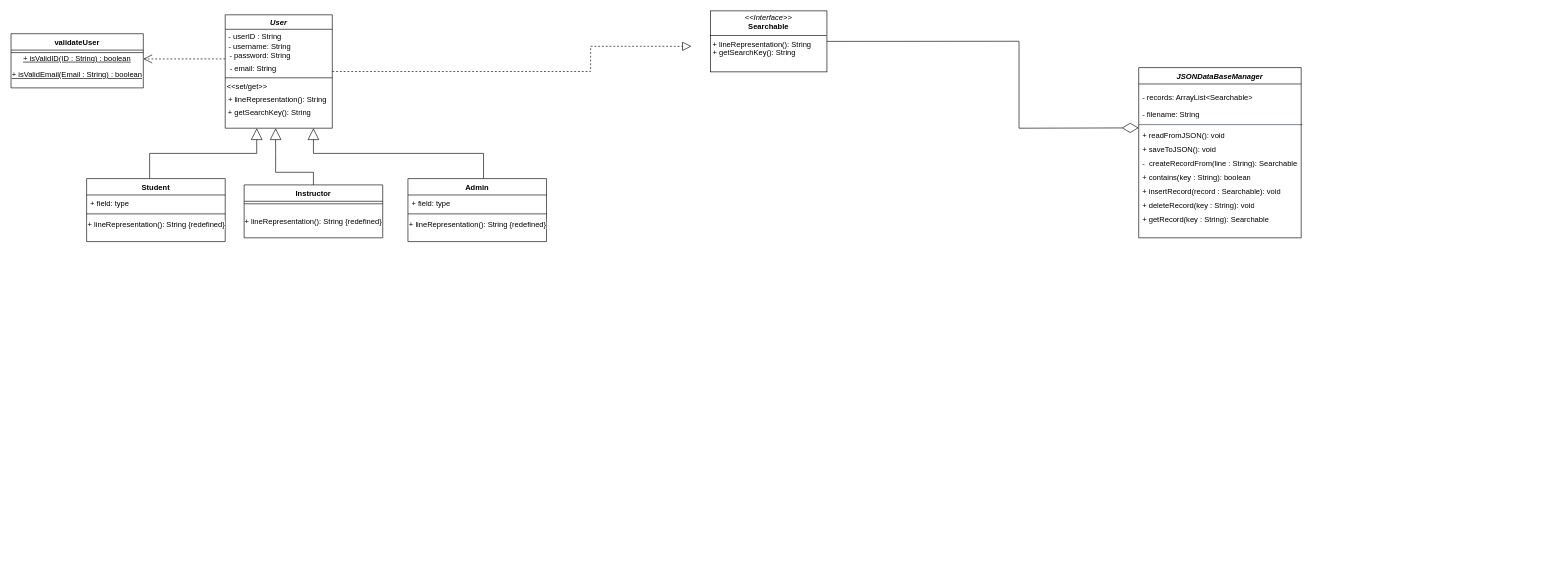
mohandLOL1/skillforge keeps this draw.io diagram as docs/uml/class-diagram.drawio. Above is the earlier version. Source tidied: cells renumbered, new cells numbered last; positions are measured from the earlier drawing's top-left corner, leaving out a move shared by most shapes. Both pictures are drawn from the tidied source at 63%, with x=0, y=0 at pixel (11, 11).
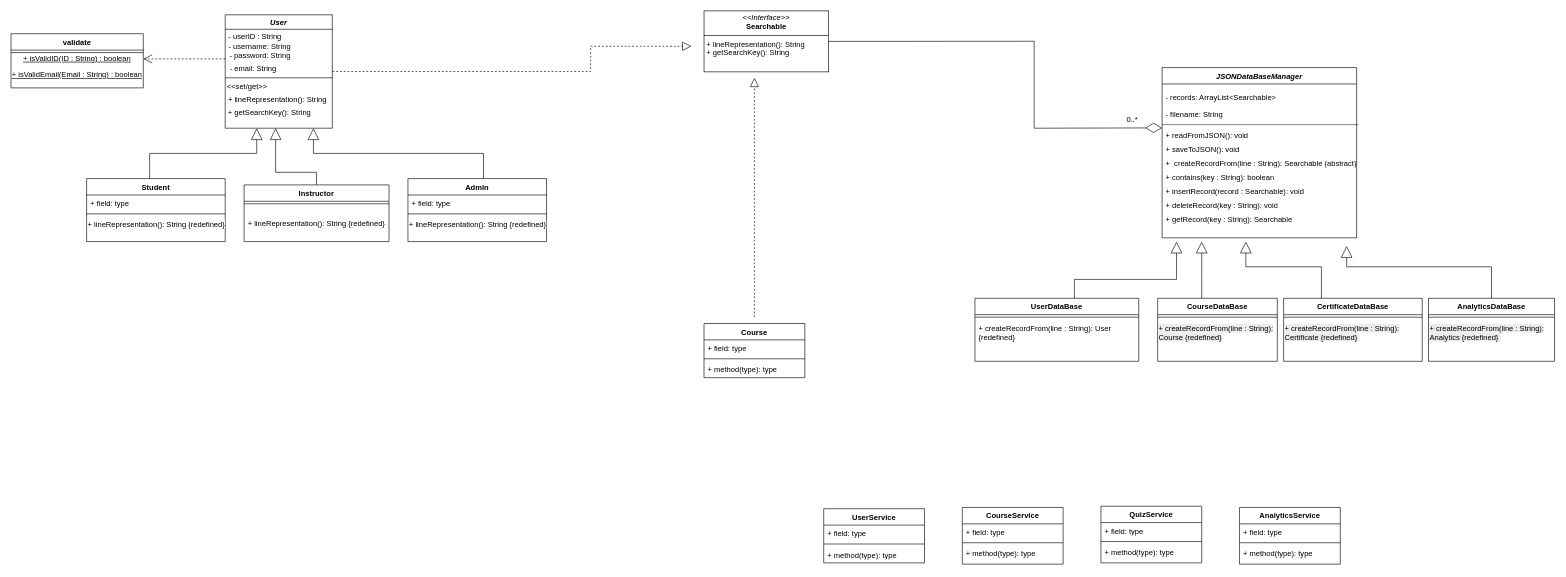
After the change.

Commit message:
added services/course classes in cd

Unchanged cells that the change refers to:
```xml
<mxCell id="2" style="group;" parent="1" vertex="1">
  <mxGeometry y="6" width="850" height="360" as="geometry" />
</mxCell>
```

Diff of the diagram source:
```diff
@@
     <mxCell id="17" value="Instructor" style="swimlane;fontStyle=1;align=center;verticalAlign=top;horizontal=1;startSize=26;whiteSpace=wrap;html=1;" parent="2" vertex="1">
-      <mxGeometry x="370" y="270" width="220" height="84" as="geometry" />
+      <mxGeometry x="370" y="270" width="230" height="90" as="geometry" />
     </mxCell>
     <mxCell id="18" style="line;strokeWidth=1;fillColor=none;align=left;verticalAlign=middle;spacingTop=-1;spacingLeft=3;spacingRight=3;labelPosition=right;strokeColor=inherit;" parent="17" vertex="1">
-      <mxGeometry y="26" width="220" height="8" as="geometry" />
+      <mxGeometry y="26" width="230" height="8" as="geometry" />
     </mxCell>
     <mxCell id="19" value="+ lineRepresentation(): String {redefined}" style="text;html=1;whiteSpace=wrap;strokeColor=none;fillColor=none;align=center;verticalAlign=middle;rounded=0;" parent="17" vertex="1">
-      <mxGeometry y="34" width="220" height="50" as="geometry" />
+      <mxGeometry y="34" width="230" height="56" as="geometry" />
     </mxCell>
@@
     <mxCell id="25" style="endArrow=block;endSize=16;endFill=0;html=1;rounded=0;exitX=0.5;exitY=0;exitDx=0;exitDy=0;" parent="2" edge="1" source="17">
       <mxGeometry relative="1" as="geometry">
         <mxPoint x="420" y="180" as="targetPoint" />
         <Array as="points">
-          <mxPoint x="480" y="250" />
+          <mxPoint x="485" y="250" />
           <mxPoint x="420" y="250" />
           <mxPoint x="420" y="220" />
         </Array>
       </mxGeometry>
     </mxCell>
@@
-    <mxCell id="28" value="validateUser" style="swimlane;fontStyle=1;align=center;verticalAlign=top;horizontal=1;startSize=26;whiteSpace=wrap;html=1;" parent="2" vertex="1">
+    <mxCell id="28" value="validate" style="swimlane;fontStyle=1;align=center;verticalAlign=top;horizontal=1;startSize=26;whiteSpace=wrap;html=1;" parent="2" vertex="1">
       <mxGeometry y="30" width="210" height="86" as="geometry" />
     </mxCell>
@@
     <mxCell id="33" style="group;" parent="1" vertex="1">
-      <mxGeometry x="1110" y="-0.2" width="960" height="372.4" as="geometry" />
+      <mxGeometry x="1100" y="-0.2" width="1080" height="372.4" as="geometry" />
     </mxCell>
     <mxCell id="34" value="&lt;p style=&quot;margin:0px;margin-top:4px;text-align:center;&quot;&gt;&lt;i&gt;&amp;lt;&amp;lt;Interface&amp;gt;&amp;gt;&lt;/i&gt;&lt;br&gt;&lt;b&gt;Searchable&lt;/b&gt;&lt;/p&gt;&lt;hr size=&quot;1&quot; style=&quot;border-style:solid;&quot;&gt;&lt;p style=&quot;margin:0px;margin-left:4px;&quot;&gt;&lt;/p&gt;&lt;p style=&quot;margin:0px;margin-left:4px;&quot;&gt;+ lineRepresentation(): String&lt;br&gt;+ getSearchKey(): String&lt;/p&gt;" style="verticalAlign=top;align=left;overflow=fill;html=1;whiteSpace=wrap;" parent="33" vertex="1">
-      <mxGeometry width="185.1" height="96.8" as="geometry" />
+      <mxGeometry width="197.9" height="96.8" as="geometry" />
     </mxCell>
     <mxCell id="35" style="group;" parent="33" vertex="1">
-      <mxGeometry x="680" y="90" width="267.9" height="282.4" as="geometry" />
+      <mxGeometry x="727.1" y="90" width="352.9" height="282.4" as="geometry" />
     </mxCell>
     <mxCell id="36" style="group;" parent="35" vertex="1">
-      <mxGeometry y="8.4" width="267.9" height="274" as="geometry" />
+      <mxGeometry y="8.4" width="352.9" height="274" as="geometry" />
     </mxCell>
     <mxCell id="37" value="- records: ArrayList&amp;lt;Searchable&amp;gt;" style="text;strokeColor=none;fillColor=none;align=left;verticalAlign=top;spacingLeft=4;spacingRight=4;overflow=hidden;whiteSpace=wrap;html=1;" parent="36" vertex="1">
-      <mxGeometry y="26" width="246.2" height="26.1" as="geometry" />
+      <mxGeometry y="26" width="294.8" height="26.1" as="geometry" />
     </mxCell>
     <mxCell id="38" value="- filename: String" style="text;strokeColor=none;fillColor=none;align=left;verticalAlign=top;spacingLeft=4;spacingRight=4;overflow=hidden;whiteSpace=wrap;html=1;" parent="36" vertex="1">
-      <mxGeometry y="52.1" width="246.2" height="26.1" as="geometry" />
+      <mxGeometry y="52.1" width="294.8" height="26.1" as="geometry" />
     </mxCell>
     <mxCell id="39" style="line;strokeWidth=1;fillColor=none;align=left;verticalAlign=middle;spacingTop=-1;spacingLeft=3;spacingRight=3;labelPosition=right;strokeColor=inherit;" parent="36" vertex="1">
-      <mxGeometry y="78.1" width="246.2" height="8" as="geometry" />
+      <mxGeometry y="78.1" width="294.8" height="8" as="geometry" />
     </mxCell>
     <mxCell id="40" value="+ readFromJSON(): void" style="text;strokeColor=none;fillColor=none;align=left;verticalAlign=top;spacingLeft=4;spacingRight=4;overflow=hidden;whiteSpace=wrap;html=1;" parent="36" vertex="1">
-      <mxGeometry y="86.1" width="246.2" height="22" as="geometry" />
+      <mxGeometry y="86.1" width="294.8" height="22" as="geometry" />
     </mxCell>
     <mxCell id="41" value="+ saveToJSON(): void" style="text;strokeColor=none;fillColor=none;align=left;verticalAlign=top;spacingLeft=4;spacingRight=4;overflow=hidden;whiteSpace=wrap;html=1;" parent="36" vertex="1">
-      <mxGeometry y="108.2" width="246.2" height="22" as="geometry" />
+      <mxGeometry y="108.2" width="294.8" height="22" as="geometry" />
     </mxCell>
-    <mxCell id="42" value="-&amp;nbsp; createRecordFrom(line : String): Searchable" style="text;strokeColor=none;fillColor=none;align=left;verticalAlign=top;spacingLeft=4;spacingRight=4;overflow=hidden;whiteSpace=wrap;html=1;" parent="36" vertex="1">
-      <mxGeometry y="130.2" width="267.9" height="22" as="geometry" />
+    <mxCell id="42" value="+&amp;nbsp; createRecordFrom(line : String): Searchable {abstract}" style="text;strokeColor=none;fillColor=none;align=left;verticalAlign=top;spacingLeft=4;spacingRight=4;overflow=hidden;whiteSpace=wrap;html=1;" parent="36" vertex="1">
+      <mxGeometry y="130.2" width="352.9" height="22" as="geometry" />
     </mxCell>
     <mxCell id="43" value="+ contains(key : String): boolean" style="text;strokeColor=none;fillColor=none;align=left;verticalAlign=top;spacingLeft=4;spacingRight=4;overflow=hidden;whiteSpace=wrap;html=1;" parent="36" vertex="1">
-      <mxGeometry y="152.3" width="246.2" height="22" as="geometry" />
+      <mxGeometry y="152.3" width="294.8" height="22" as="geometry" />
     </mxCell>
     <mxCell id="44" value="+ insertRecord(record : Searchable): void" style="text;strokeColor=none;fillColor=none;align=left;verticalAlign=top;spacingLeft=4;spacingRight=4;overflow=hidden;whiteSpace=wrap;html=1;" parent="36" vertex="1">
-      <mxGeometry y="174.3" width="246.2" height="22" as="geometry" />
+      <mxGeometry y="174.3" width="294.8" height="22" as="geometry" />
     </mxCell>
     <mxCell id="45" value="+ deleteRecord(key : String): void" style="text;strokeColor=none;fillColor=none;align=left;verticalAlign=top;spacingLeft=4;spacingRight=4;overflow=hidden;whiteSpace=wrap;html=1;" parent="36" vertex="1">
-      <mxGeometry y="196.4" width="246.2" height="22" as="geometry" />
+      <mxGeometry y="196.4" width="294.8" height="22" as="geometry" />
     </mxCell>
     <mxCell id="46" value="+ getRecord(key : String): Searchable" style="text;strokeColor=none;fillColor=none;align=left;verticalAlign=top;spacingLeft=4;spacingRight=4;overflow=hidden;points=[[0,0.5],[1,0.5]];portConstraint=eastwest;whiteSpace=wrap;html=1;" parent="36" vertex="1">
-      <mxGeometry y="218.4" width="246.2" height="55.6" as="geometry" />
+      <mxGeometry y="218.4" width="294.8" height="55.6" as="geometry" />
     </mxCell>
     <mxCell id="47" style="line;strokeWidth=1;fillColor=none;align=left;verticalAlign=middle;spacingTop=-1;spacingLeft=3;spacingRight=3;labelPosition=right;strokeColor=inherit;" parent="36" vertex="1">
-      <mxGeometry x="5.9" y="86.1" width="226.7" height="8" as="geometry" />
+      <mxGeometry x="7" y="86.1" width="271.4" height="8" as="geometry" />
     </mxCell>
     <mxCell id="48" style="line;strokeWidth=1;fillColor=#647687;align=left;verticalAlign=middle;spacingTop=-1;spacingLeft=3;spacingRight=3;labelPosition=right;strokeColor=#314354;fontColor=#ffffff;" parent="36" vertex="1">
-      <mxGeometry y="78.1" width="260" height="8" as="geometry" />
+      <mxGeometry y="78.1" width="311.3" height="8" as="geometry" />
     </mxCell>
     <mxCell id="49" value="&lt;i&gt;JSONDataBaseManager&lt;/i&gt;" style="swimlane;fontStyle=1;align=center;verticalAlign=top;horizontal=1;startSize=26;whiteSpace=wrap;html=1;" parent="35" vertex="1">
-      <mxGeometry width="257.9" height="270.2" as="geometry" />
+      <mxGeometry width="308.8" height="270.2" as="geometry" />
     </mxCell>
     <mxCell id="50" style="endArrow=diamondThin;endFill=0;endSize=24;html=1;rounded=0;exitX=1;exitY=0.5;exitDx=0;exitDy=0;" parent="33" edge="1" source="34">
       <mxGeometry relative="1" as="geometry">
-        <mxPoint x="680" y="185.7" as="targetPoint" />
+        <mxPoint x="727.1" y="185.7" as="targetPoint" />
         <Array as="points">
-          <mxPoint x="490" y="48.2" />
-          <mxPoint x="490" y="186.2" />
+          <mxPoint x="524" y="48.2" />
+          <mxPoint x="524" y="186.2" />
         </Array>
       </mxGeometry>
     </mxCell>
+    <mxCell id="51" value="0..*" style="text;html=1;whiteSpace=wrap;strokeColor=none;fillColor=none;align=center;verticalAlign=middle;rounded=0;" parent="33" vertex="1">
+      <mxGeometry x="650" y="160" width="60" height="26.2" as="geometry" />
+    </mxCell>
+    <mxCell id="52" value="Course" style="swimlane;fontStyle=1;align=center;verticalAlign=top;horizontal=1;startSize=26;whiteSpace=wrap;html=1;" parent="1" vertex="1">
+      <mxGeometry x="1100" y="496" width="160" height="86" as="geometry" />
+    </mxCell>
+    <mxCell id="53" value="+ field: type" style="text;strokeColor=none;fillColor=none;align=left;verticalAlign=top;spacingLeft=4;spacingRight=4;overflow=hidden;whiteSpace=wrap;html=1;" parent="52" vertex="1">
+      <mxGeometry y="26" width="160" height="26" as="geometry" />
+    </mxCell>
+    <mxCell id="54" style="line;strokeWidth=1;fillColor=none;align=left;verticalAlign=middle;spacingTop=-1;spacingLeft=3;spacingRight=3;labelPosition=right;strokeColor=inherit;" parent="52" vertex="1">
+      <mxGeometry y="52" width="160" height="8" as="geometry" />
+    </mxCell>
+    <mxCell id="55" value="+ method(type): type" style="text;strokeColor=none;fillColor=none;align=left;verticalAlign=top;spacingLeft=4;spacingRight=4;overflow=hidden;whiteSpace=wrap;html=1;" parent="52" vertex="1">
+      <mxGeometry y="60" width="160" height="26" as="geometry" />
+    </mxCell>
+    <mxCell id="56" value="UserDataBase" style="swimlane;fontStyle=1;align=center;verticalAlign=top;horizontal=1;startSize=26;whiteSpace=wrap;html=1;" parent="1" vertex="1">
+      <mxGeometry x="1530" y="456" width="260" height="100" as="geometry" />
+    </mxCell>
+    <mxCell id="57" style="line;strokeWidth=1;fillColor=none;align=left;verticalAlign=middle;spacingTop=-1;spacingLeft=3;spacingRight=3;labelPosition=right;strokeColor=inherit;" parent="56" vertex="1">
+      <mxGeometry y="26" width="260" height="8" as="geometry" />
+    </mxCell>
+    <mxCell id="58" value="+ createRecordFrom(line : String): User {redefined}&amp;nbsp;" style="text;strokeColor=none;fillColor=none;align=left;verticalAlign=top;spacingLeft=4;spacingRight=4;overflow=hidden;whiteSpace=wrap;html=1;" parent="56" vertex="1">
+      <mxGeometry y="34" width="260" height="66" as="geometry" />
+    </mxCell>
+    <mxCell id="59" value="CourseDataBase" style="swimlane;fontStyle=1;align=center;verticalAlign=top;horizontal=1;startSize=26;whiteSpace=wrap;html=1;" parent="1" vertex="1">
+      <mxGeometry x="1820" y="456" width="190" height="100" as="geometry" />
+    </mxCell>
+    <mxCell id="60" style="line;strokeWidth=1;fillColor=none;align=left;verticalAlign=middle;spacingTop=-1;spacingLeft=3;spacingRight=3;labelPosition=right;strokeColor=inherit;" parent="59" vertex="1">
+      <mxGeometry y="26" width="190" height="8" as="geometry" />
+    </mxCell>
+    <mxCell id="61" value="&lt;span style=&quot;color: rgb(0, 0, 0); font-family: Helvetica; font-size: 12px; font-style: normal; font-variant-ligatures: normal; font-variant-caps: normal; font-weight: 400; letter-spacing: normal; orphans: 2; text-align: left; text-indent: 0px; text-transform: none; widows: 2; word-spacing: 0px; -webkit-text-stroke-width: 0px; white-space: normal; background-color: rgb(236, 236, 236); text-decoration-thickness: initial; text-decoration-style: initial; text-decoration-color: initial; float: none; display: inline !important;&quot;&gt;+ createRecordFrom(line : String): Course {redefined}&amp;nbsp;&lt;/span&gt;" style="text;whiteSpace=wrap;html=1;" parent="59" vertex="1">
+      <mxGeometry y="34" width="190" height="66" as="geometry" />
+    </mxCell>
+    <mxCell id="62" value="CertificateDataBase" style="swimlane;fontStyle=1;align=center;verticalAlign=top;horizontal=1;startSize=26;whiteSpace=wrap;html=1;" parent="1" vertex="1">
+      <mxGeometry x="2020" y="456" width="220" height="100" as="geometry" />
+    </mxCell>
+    <mxCell id="63" style="line;strokeWidth=1;fillColor=none;align=left;verticalAlign=middle;spacingTop=-1;spacingLeft=3;spacingRight=3;labelPosition=right;strokeColor=inherit;" parent="62" vertex="1">
+      <mxGeometry y="26" width="220" height="8" as="geometry" />
+    </mxCell>
+    <mxCell id="64" value="&lt;span style=&quot;color: rgb(0, 0, 0); font-family: Helvetica; font-size: 12px; font-style: normal; font-variant-ligatures: normal; font-variant-caps: normal; font-weight: 400; letter-spacing: normal; orphans: 2; text-align: left; text-indent: 0px; text-transform: none; widows: 2; word-spacing: 0px; -webkit-text-stroke-width: 0px; white-space: normal; background-color: rgb(236, 236, 236); text-decoration-thickness: initial; text-decoration-style: initial; text-decoration-color: initial; float: none; display: inline !important;&quot;&gt;+ createRecordFrom(line : String): Certificate {redefined}&amp;nbsp;&lt;/span&gt;" style="text;whiteSpace=wrap;html=1;" parent="62" vertex="1">
+      <mxGeometry y="34" width="220" height="66" as="geometry" />
+    </mxCell>
+    <mxCell id="65" value="AnalyticsDataBase" style="swimlane;fontStyle=1;align=center;verticalAlign=top;horizontal=1;startSize=26;whiteSpace=wrap;html=1;" parent="1" vertex="1">
+      <mxGeometry x="2250" y="456" width="200" height="100" as="geometry" />
+    </mxCell>
+    <mxCell id="66" style="line;strokeWidth=1;fillColor=none;align=left;verticalAlign=middle;spacingTop=-1;spacingLeft=3;spacingRight=3;labelPosition=right;strokeColor=inherit;" parent="65" vertex="1">
+      <mxGeometry y="26" width="200" height="8" as="geometry" />
+    </mxCell>
+    <mxCell id="67" value="&lt;span style=&quot;color: rgb(0, 0, 0); font-family: Helvetica; font-size: 12px; font-style: normal; font-variant-ligatures: normal; font-variant-caps: normal; font-weight: 400; letter-spacing: normal; orphans: 2; text-align: left; text-indent: 0px; text-transform: none; widows: 2; word-spacing: 0px; -webkit-text-stroke-width: 0px; white-space: normal; background-color: rgb(236, 236, 236); text-decoration-thickness: initial; text-decoration-style: initial; text-decoration-color: initial; float: none; display: inline !important;&quot;&gt;+ createRecordFrom(line : String): Analytics {redefined}&amp;nbsp;&lt;/span&gt;" style="text;whiteSpace=wrap;html=1;" parent="65" vertex="1">
+      <mxGeometry y="34" width="200" height="66" as="geometry" />
+    </mxCell>
+    <mxCell id="68" style="endArrow=block;endSize=16;endFill=0;html=1;rounded=0;" parent="1" edge="1">
+      <mxGeometry relative="1" as="geometry">
+        <mxPoint x="1687.9" y="456" as="sourcePoint" />
+        <mxPoint x="1850" y="366" as="targetPoint" />
+        <Array as="points">
+          <mxPoint x="1687.9" y="426" />
+          <mxPoint x="1850" y="426" />
+        </Array>
+      </mxGeometry>
+    </mxCell>
+    <mxCell id="69" style="endArrow=block;endSize=16;endFill=0;html=1;rounded=0;" parent="1" edge="1">
+      <mxGeometry relative="1" as="geometry">
+        <mxPoint x="1890" y="456" as="sourcePoint" />
+        <mxPoint x="1890" y="366" as="targetPoint" />
+        <Array as="points">
+          <mxPoint x="1890" y="426" />
+          <mxPoint x="1890" y="386" />
+        </Array>
+      </mxGeometry>
+    </mxCell>
+    <mxCell id="70" style="endArrow=block;endSize=16;endFill=0;html=1;rounded=0;entryX=0.451;entryY=0.888;entryDx=0;entryDy=0;entryPerimeter=0;" parent="1" edge="1" target="46">
+      <mxGeometry relative="1" as="geometry">
+        <mxPoint x="2080" y="456" as="sourcePoint" />
+        <Array as="points">
+          <mxPoint x="2080" y="406" />
+          <mxPoint x="2000" y="406" />
+          <mxPoint x="1960" y="406" />
+          <mxPoint x="1960" y="386" />
+        </Array>
+      </mxGeometry>
+    </mxCell>
+    <mxCell id="71" style="endArrow=block;endSize=16;endFill=0;html=1;rounded=0;exitX=0.5;exitY=0;exitDx=0;exitDy=0;" parent="1" edge="1" source="65">
+      <mxGeometry relative="1" as="geometry">
+        <mxPoint x="2120" y="373" as="targetPoint" />
+        <Array as="points">
+          <mxPoint x="2350" y="406" />
+          <mxPoint x="2120" y="406" />
+        </Array>
+      </mxGeometry>
+    </mxCell>
+    <mxCell id="72" value="UserService" style="swimlane;fontStyle=1;align=center;verticalAlign=top;horizontal=1;startSize=26;whiteSpace=wrap;html=1;" parent="1" vertex="1">
+      <mxGeometry x="1290" y="790" width="160" height="86" as="geometry" />
+    </mxCell>
+    <mxCell id="73" value="+ field: type" style="text;strokeColor=none;fillColor=none;align=left;verticalAlign=top;spacingLeft=4;spacingRight=4;overflow=hidden;whiteSpace=wrap;html=1;" parent="72" vertex="1">
+      <mxGeometry y="26" width="160" height="26" as="geometry" />
+    </mxCell>
+    <mxCell id="74" style="line;strokeWidth=1;fillColor=none;align=left;verticalAlign=middle;spacingTop=-1;spacingLeft=3;spacingRight=3;labelPosition=right;strokeColor=inherit;" parent="72" vertex="1">
+      <mxGeometry y="52" width="160" height="8" as="geometry" />
+    </mxCell>
+    <mxCell id="75" value="+ method(type): type" style="text;strokeColor=none;fillColor=none;align=left;verticalAlign=top;spacingLeft=4;spacingRight=4;overflow=hidden;whiteSpace=wrap;html=1;" parent="72" vertex="1">
+      <mxGeometry y="60" width="160" height="26" as="geometry" />
+    </mxCell>
+    <mxCell id="76" value="CourseService" style="swimlane;fontStyle=1;align=center;verticalAlign=top;horizontal=1;startSize=26;whiteSpace=wrap;html=1;" parent="1" vertex="1">
+      <mxGeometry x="1510" y="788" width="160" height="90" as="geometry" />
+    </mxCell>
+    <mxCell id="77" value="+ field: type" style="text;strokeColor=none;fillColor=none;align=left;verticalAlign=top;spacingLeft=4;spacingRight=4;overflow=hidden;whiteSpace=wrap;html=1;" parent="76" vertex="1">
+      <mxGeometry y="26" width="160" height="26" as="geometry" />
+    </mxCell>
+    <mxCell id="78" style="line;strokeWidth=1;fillColor=none;align=left;verticalAlign=middle;spacingTop=-1;spacingLeft=3;spacingRight=3;labelPosition=right;strokeColor=inherit;" parent="76" vertex="1">
+      <mxGeometry y="52" width="160" height="8" as="geometry" />
+    </mxCell>
+    <mxCell id="79" value="+ method(type): type" style="text;strokeColor=none;fillColor=none;align=left;verticalAlign=top;spacingLeft=4;spacingRight=4;overflow=hidden;whiteSpace=wrap;html=1;" parent="76" vertex="1">
+      <mxGeometry y="60" width="160" height="30" as="geometry" />
+    </mxCell>
+    <mxCell id="80" value="QuizService" style="swimlane;fontStyle=1;align=center;verticalAlign=top;horizontal=1;startSize=26;whiteSpace=wrap;html=1;" parent="1" vertex="1">
+      <mxGeometry x="1730" y="786" width="160" height="90" as="geometry" />
+    </mxCell>
+    <mxCell id="81" value="+ field: type" style="text;strokeColor=none;fillColor=none;align=left;verticalAlign=top;spacingLeft=4;spacingRight=4;overflow=hidden;whiteSpace=wrap;html=1;" parent="80" vertex="1">
+      <mxGeometry y="26" width="160" height="26" as="geometry" />
+    </mxCell>
+    <mxCell id="82" style="line;strokeWidth=1;fillColor=none;align=left;verticalAlign=middle;spacingTop=-1;spacingLeft=3;spacingRight=3;labelPosition=right;strokeColor=inherit;" parent="80" vertex="1">
+      <mxGeometry y="52" width="160" height="8" as="geometry" />
+    </mxCell>
+    <mxCell id="83" value="+ method(type): type" style="text;strokeColor=none;fillColor=none;align=left;verticalAlign=top;spacingLeft=4;spacingRight=4;overflow=hidden;whiteSpace=wrap;html=1;" parent="80" vertex="1">
+      <mxGeometry y="60" width="160" height="30" as="geometry" />
+    </mxCell>
+    <mxCell id="84" value="AnalyticsService" style="swimlane;fontStyle=1;align=center;verticalAlign=top;horizontal=1;startSize=26;whiteSpace=wrap;html=1;" parent="1" vertex="1">
+      <mxGeometry x="1950" y="788" width="160" height="90" as="geometry" />
+    </mxCell>
+    <mxCell id="85" value="+ field: type" style="text;strokeColor=none;fillColor=none;align=left;verticalAlign=top;spacingLeft=4;spacingRight=4;overflow=hidden;whiteSpace=wrap;html=1;" parent="84" vertex="1">
+      <mxGeometry y="26" width="160" height="26" as="geometry" />
+    </mxCell>
+    <mxCell id="86" style="line;strokeWidth=1;fillColor=none;align=left;verticalAlign=middle;spacingTop=-1;spacingLeft=3;spacingRight=3;labelPosition=right;strokeColor=inherit;" parent="84" vertex="1">
+      <mxGeometry y="52" width="160" height="8" as="geometry" />
+    </mxCell>
+    <mxCell id="87" value="+ method(type): type" style="text;strokeColor=none;fillColor=none;align=left;verticalAlign=top;spacingLeft=4;spacingRight=4;overflow=hidden;whiteSpace=wrap;html=1;" parent="84" vertex="1">
+      <mxGeometry y="60" width="160" height="30" as="geometry" />
+    </mxCell>
+    <mxCell id="88" style="endArrow=block;dashed=1;endFill=0;endSize=12;html=1;rounded=0;" parent="1" edge="1">
+      <mxGeometry relative="1" as="geometry">
+        <mxPoint x="1180" y="486" as="sourcePoint" />
+        <mxPoint x="1180" y="106" as="targetPoint" />
+        <Array as="points">
+          <mxPoint x="1180" y="336" />
+          <mxPoint x="1180" y="246" />
+          <mxPoint x="1180" y="176" />
+        </Array>
+      </mxGeometry>
+    </mxCell>
```
